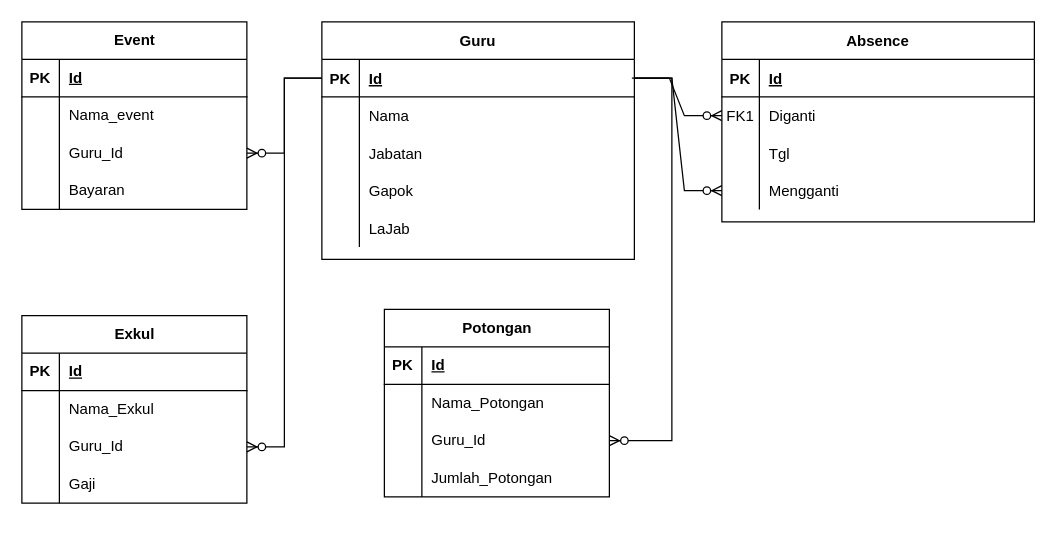
This is ERD Absence.drawio from Fade28/ERD, a draw.io file, before an edit. Source tidied: cells renumbered, new cells numbered last; positions are measured from the earlier drawing's top-left corner, leaving out a move shared by most shapes. Both pictures are drawn from the tidied source at 125%, with x=0, y=0 at pixel (21, 21).
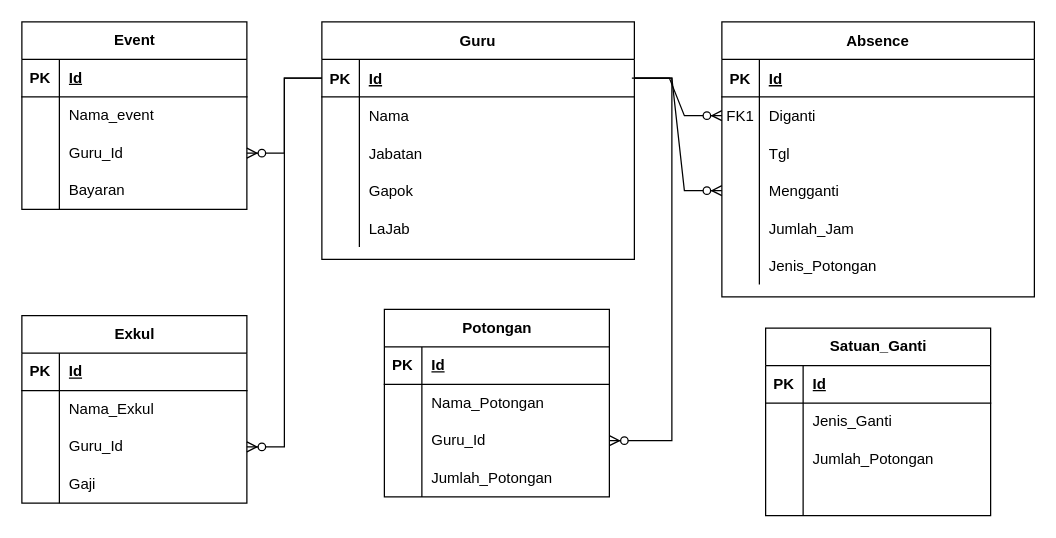
The same diagram, later.

What changed in the source:
```diff
@@
     <mxCell id="2" value="Absence" style="shape=table;startSize=30;childLayout=tableLayout;rowLines=0;fontStyle=1;align=center;" parent="1" vertex="1">
-      <mxGeometry x="560" width="250" height="160" as="geometry" />
+      <mxGeometry x="560" width="250" height="220" as="geometry" />
     </mxCell>
@@
+    <mxCell id="75" style="shape=tableRow;horizontal=0;startSize=0;swimlaneHead=0;swimlaneBody=0;fillColor=none;top=0;left=0;right=0;bottom=0;" parent="2" vertex="1">
+      <mxGeometry y="150" width="250" height="30" as="geometry" />
+    </mxCell>
+    <mxCell id="76" style="shape=partialRectangle;fillColor=none;top=0;left=0;bottom=0;right=0;overflow=hidden;" parent="75" vertex="1">
+      <mxGeometry width="30" height="30" as="geometry" />
+    </mxCell>
+    <mxCell id="77" value="Jumlah_Jam" style="shape=partialRectangle;fillColor=none;top=0;left=0;bottom=0;right=0;align=left;spacingLeft=6;overflow=hidden;" parent="75" vertex="1">
+      <mxGeometry x="30" width="220" height="30" as="geometry" />
+    </mxCell>
+    <mxCell id="78" style="shape=tableRow;horizontal=0;startSize=0;swimlaneHead=0;swimlaneBody=0;fillColor=none;top=0;left=0;right=0;bottom=0;" parent="2" vertex="1">
+      <mxGeometry y="180" width="250" height="30" as="geometry" />
+    </mxCell>
+    <mxCell id="79" style="shape=partialRectangle;fillColor=none;top=0;left=0;bottom=0;right=0;overflow=hidden;" parent="78" vertex="1">
+      <mxGeometry width="30" height="30" as="geometry" />
+    </mxCell>
+    <mxCell id="80" value="Jenis_Potongan" style="shape=partialRectangle;fillColor=none;top=0;left=0;bottom=0;right=0;align=left;spacingLeft=6;overflow=hidden;" parent="78" vertex="1">
+      <mxGeometry x="30" width="220" height="30" as="geometry" />
+    </mxCell>
@@
+    <mxCell id="81" value="Satuan_Ganti" style="shape=table;startSize=30;childLayout=tableLayout;rowLines=0;fontStyle=1;align=center;html=1;" parent="1" vertex="1">
+      <mxGeometry x="595" y="245" width="180" height="150" as="geometry" />
+    </mxCell>
+    <mxCell id="82" style="shape=tableRow;horizontal=0;startSize=0;swimlaneHead=0;swimlaneBody=0;fillColor=none;top=0;left=0;right=0;bottom=1;" parent="81" vertex="1">
+      <mxGeometry y="30" width="180" height="30" as="geometry" />
+    </mxCell>
+    <mxCell id="83" value="PK" style="shape=partialRectangle;fillColor=none;top=0;left=0;bottom=0;right=0;fontStyle=1;overflow=hidden;whiteSpace=wrap;html=1;" parent="82" vertex="1">
+      <mxGeometry width="30" height="30" as="geometry" />
+    </mxCell>
+    <mxCell id="84" value="Id" style="shape=partialRectangle;fillColor=none;top=0;left=0;bottom=0;right=0;align=left;spacingLeft=6;fontStyle=5;overflow=hidden;whiteSpace=wrap;html=1;" parent="82" vertex="1">
+      <mxGeometry x="30" width="150" height="30" as="geometry" />
+    </mxCell>
+    <mxCell id="85" style="shape=tableRow;horizontal=0;startSize=0;swimlaneHead=0;swimlaneBody=0;fillColor=none;top=0;left=0;right=0;bottom=0;" parent="81" vertex="1">
+      <mxGeometry y="60" width="180" height="30" as="geometry" />
+    </mxCell>
+    <mxCell id="86" style="shape=partialRectangle;fillColor=none;top=0;left=0;bottom=0;right=0;overflow=hidden;whiteSpace=wrap;html=1;" parent="85" vertex="1">
+      <mxGeometry width="30" height="30" as="geometry" />
+    </mxCell>
+    <mxCell id="87" value="Jenis_Ganti" style="shape=partialRectangle;fillColor=none;top=0;left=0;bottom=0;right=0;align=left;spacingLeft=6;overflow=hidden;whiteSpace=wrap;html=1;" parent="85" vertex="1">
+      <mxGeometry x="30" width="150" height="30" as="geometry" />
+    </mxCell>
+    <mxCell id="88" style="shape=tableRow;horizontal=0;startSize=0;swimlaneHead=0;swimlaneBody=0;fillColor=none;top=0;left=0;right=0;bottom=0;" parent="81" vertex="1">
+      <mxGeometry y="90" width="180" height="30" as="geometry" />
+    </mxCell>
+    <mxCell id="89" style="shape=partialRectangle;fillColor=none;top=0;left=0;bottom=0;right=0;overflow=hidden;whiteSpace=wrap;html=1;" parent="88" vertex="1">
+      <mxGeometry width="30" height="30" as="geometry" />
+    </mxCell>
+    <mxCell id="90" value="Jumlah_Potongan" style="shape=partialRectangle;fillColor=none;top=0;left=0;bottom=0;right=0;align=left;spacingLeft=6;overflow=hidden;whiteSpace=wrap;html=1;" parent="88" vertex="1">
+      <mxGeometry x="30" width="150" height="30" as="geometry" />
+    </mxCell>
+    <mxCell id="91" style="shape=tableRow;horizontal=0;startSize=0;swimlaneHead=0;swimlaneBody=0;fillColor=none;top=0;left=0;right=0;bottom=0;" parent="81" vertex="1">
+      <mxGeometry y="120" width="180" height="30" as="geometry" />
+    </mxCell>
+    <mxCell id="92" style="shape=partialRectangle;fillColor=none;top=0;left=0;bottom=0;right=0;overflow=hidden;whiteSpace=wrap;html=1;" parent="91" vertex="1">
+      <mxGeometry width="30" height="30" as="geometry" />
+    </mxCell>
+    <mxCell id="93" style="shape=partialRectangle;fillColor=none;top=0;left=0;bottom=0;right=0;align=left;spacingLeft=6;overflow=hidden;whiteSpace=wrap;html=1;" parent="91" vertex="1">
+      <mxGeometry x="30" width="150" height="30" as="geometry" />
+    </mxCell>
```
